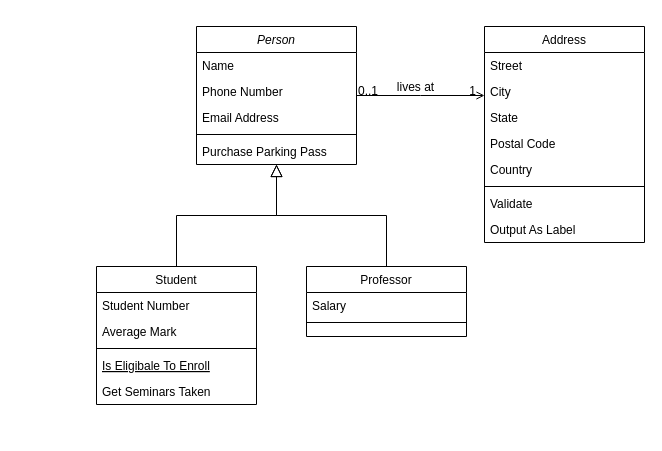
The draw.io diagram Untitled Diagram.drawio in arturyumaev/Bachelor-Diploma-Docs, before the edit. Source tidied: cells renumbered, new cells numbered last; positions are measured from the earlier drawing's top-left corner, leaving out a move shared by most shapes. Both pictures are drawn from the tidied source at 100%, with x=0, y=0 at pixel (96, 26).
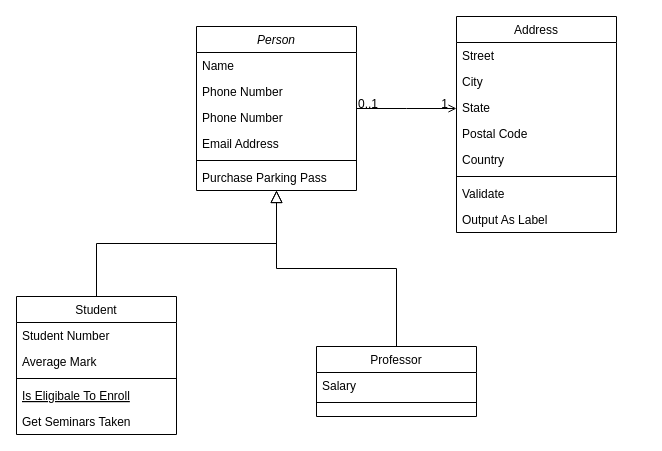
After the change.

The change refers to these unchanged cells:
```xml
<mxCell id="28" style="endArrow=open;shadow=0;strokeWidth=1;rounded=0;endFill=1;edgeStyle=elbowEdgeStyle;elbow=vertical;" parent="1" edge="1" source="2" target="19">
  <mxGeometry x="0.5" y="41" relative="1" as="geometry">
    <mxPoint x="-40" y="32" as="offset" />
  </mxGeometry>
</mxCell>
```

Change to the diagram source:
```diff
@@
     <mxCell id="2" value="Person" style="swimlane;fontStyle=2;align=center;verticalAlign=top;horizontal=1;startSize=26;rounded=0;shadow=0;strokeWidth=1;" parent="1" vertex="1">
-      <mxGeometry x="100" width="160" height="138" as="geometry" />
+      <mxGeometry x="100" width="160" height="164" as="geometry" />
     </mxCell>
@@
+    <mxCell id="32" value="Phone Number" style="text;align=left;verticalAlign=top;spacingLeft=4;spacingRight=4;overflow=hidden;rounded=0;shadow=0;html=0;" parent="2" vertex="1">
+      <mxGeometry y="78" width="160" height="26" as="geometry" />
+    </mxCell>
     <mxCell id="5" value="Email Address" style="text;align=left;verticalAlign=top;spacingLeft=4;spacingRight=4;overflow=hidden;rounded=0;shadow=0;html=0;" parent="2" vertex="1">
-      <mxGeometry y="78" width="160" height="26" as="geometry" />
+      <mxGeometry y="104" width="160" height="26" as="geometry" />
     </mxCell>
     <mxCell id="6" style="line;html=1;strokeWidth=1;align=left;verticalAlign=middle;spacingTop=-1;spacingLeft=3;spacingRight=3;labelPosition=right;" parent="2" vertex="1">
-      <mxGeometry y="104" width="160" height="8" as="geometry" />
+      <mxGeometry y="130" width="160" height="8" as="geometry" />
     </mxCell>
     <mxCell id="7" value="Purchase Parking Pass" style="text;align=left;verticalAlign=top;spacingLeft=4;spacingRight=4;overflow=hidden;" parent="2" vertex="1">
-      <mxGeometry y="112" width="160" height="26" as="geometry" />
+      <mxGeometry y="138" width="160" height="26" as="geometry" />
     </mxCell>
     <mxCell id="8" value="Student" style="swimlane;fontStyle=0;align=center;verticalAlign=top;horizontal=1;startSize=26;rounded=0;shadow=0;strokeWidth=1;" parent="1" vertex="1">
-      <mxGeometry y="240" width="160" height="138" as="geometry" />
+      <mxGeometry x="-80" y="270" width="160" height="138" as="geometry" />
     </mxCell>
@@
     <mxCell id="15" value="Professor" style="swimlane;fontStyle=0;align=center;verticalAlign=top;horizontal=1;startSize=26;rounded=0;shadow=0;strokeWidth=1;" parent="1" vertex="1">
-      <mxGeometry x="210" y="240" width="160" height="70" as="geometry" />
+      <mxGeometry x="220" y="320" width="160" height="70" as="geometry" />
     </mxCell>
@@
     <mxCell id="19" value="Address" style="swimlane;fontStyle=0;align=center;verticalAlign=top;horizontal=1;startSize=26;rounded=0;shadow=0;strokeWidth=1;" parent="1" vertex="1">
-      <mxGeometry x="388" width="160" height="216" as="geometry" />
+      <mxGeometry x="360" y="-10" width="160" height="216" as="geometry" />
     </mxCell>
@@
-    <mxCell id="31" value="lives at" style="text;html=1;align=center;verticalAlign=middle;labelBackgroundColor=none;rounded=0;shadow=0;strokeWidth=1;fontSize=12;" parent="28" vertex="1">
-      <mxGeometry x="0.5" y="49" relative="1" as="geometry">
-        <mxPoint x="-38" y="40" as="offset" />
-      </mxGeometry>
-    </mxCell>
```
